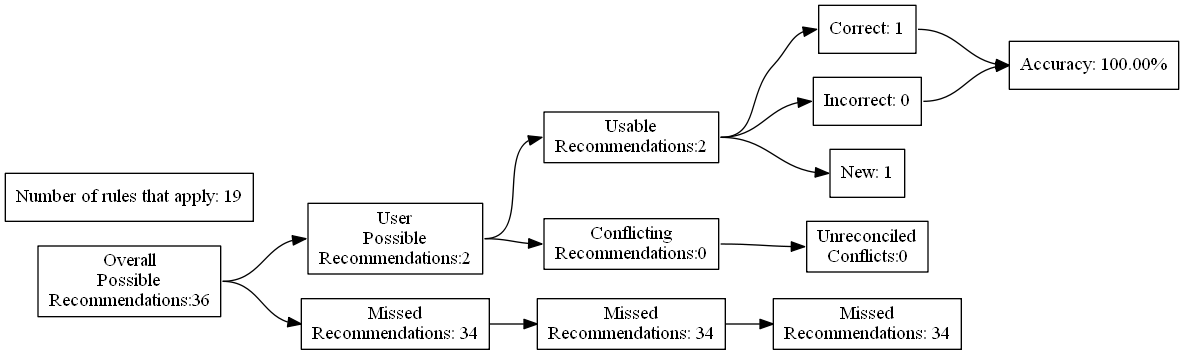
Earlier version of the Graphviz export test_renders/69.gv.png (ZaxR/ibd_diet_analysis). Its source is kept beside it as test_renders/69.gv. Source of this version:
```dot
digraph {
	graph [rankdir=LR]
	node [pos=r shape=box]
	edge [headport=w tailport=e]
		A [label="Overall
Possible
Recommendations:36"]
		B [label="User
Possible
Recommendations:2"]
		C [label="Missed
Recommendations: 34"]
		D [label="Usable
Recommendations:2"]
		E [label="Conflicting
Recommendations:0"]
		J [label="Missed
Recommendations: 34"]
		M [label="Unreconciled
Conflicts:0"]
		F [label="Correct: 1"]
		G [label="Incorrect: 0"]
		H [label="New: 1"]
		K [label="Missed
Recommendations: 34"]
		I [label="Accuracy: 100.00%"]
		l [label="Number of rules that apply: 19"]
			A -> B
			A -> C
			B -> D
			B -> E
			D -> F
			D -> G
			D -> H
			F -> I
			G -> I
			C -> J
			J -> K
			E -> M
}
```
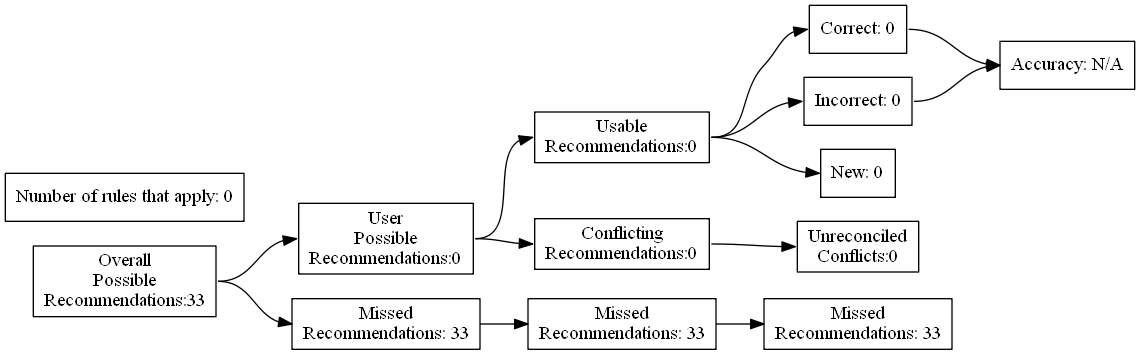
After the commit.

Change to the diagram source:
```diff
@@ -4,27 +4,27 @@
 	edge [headport=w tailport=e]
 		A [label="Overall
 Possible
-Recommendations:36"]
+Recommendations:33"]
 		B [label="User
 Possible
-Recommendations:2"]
+Recommendations:0"]
 		C [label="Missed
-Recommendations: 34"]
+Recommendations: 33"]
 		D [label="Usable
-Recommendations:2"]
+Recommendations:0"]
 		E [label="Conflicting
 Recommendations:0"]
 		J [label="Missed
-Recommendations: 34"]
+Recommendations: 33"]
 		M [label="Unreconciled
 Conflicts:0"]
-		F [label="Correct: 1"]
+		F [label="Correct: 0"]
 		G [label="Incorrect: 0"]
-		H [label="New: 1"]
+		H [label="New: 0"]
 		K [label="Missed
-Recommendations: 34"]
-		I [label="Accuracy: 100.00%"]
-		l [label="Number of rules that apply: 19"]
+Recommendations: 33"]
+		I [label="Accuracy: N/A"]
+		l [label="Number of rules that apply: 0"]
 			A -> B
 			A -> C
 			B -> D
```
